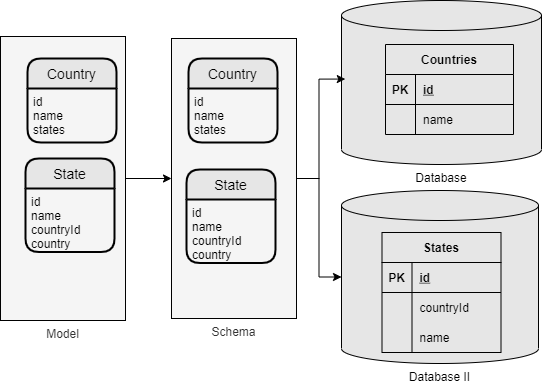
The draw.io diagram schema4.png in FlavioLionelRita/lambdaorm-lab04, before a commit. Source tidied: cells renumbered, new cells last; positions are measured from the earlier drawing's top-left corner, leaving out a move shared by most shapes.
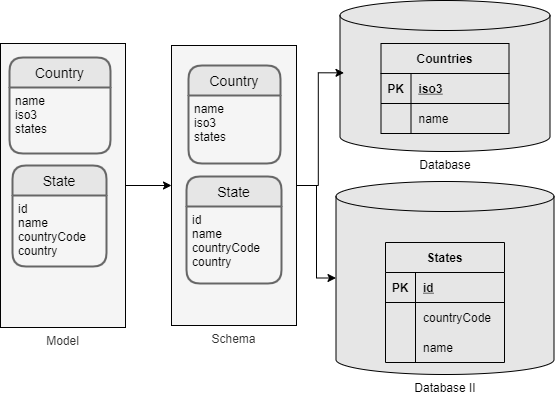
After the change.

Commit message:
pending solve bug with relation country in state

Diff of the diagram source:
```diff
@@ -9,22 +9,22 @@
       <mxGeometry y="36" width="125" height="284" as="geometry" />
     </mxCell>
     <mxCell id="4" value="Database" style="shape=cylinder3;whiteSpace=wrap;html=1;boundedLbl=1;backgroundOutline=1;size=15;fillColor=#E6E6E6;strokeColor=#000000;labelPosition=center;verticalLabelPosition=bottom;align=center;verticalAlign=top;fontColor=#000000;" parent="1" vertex="1">
-      <mxGeometry x="341" width="200" height="164" as="geometry" />
+      <mxGeometry x="339.5" y="-7" width="210" height="151" as="geometry" />
     </mxCell>
-    <mxCell id="5" value="Country" style="swimlane;horizontal=1;startSize=30;rounded=1;fontSize=14;fontStyle=0;strokeWidth=2;shadow=0;dashed=0;align=center;fontColor=#000000;fillColor=#E6E6E6;" parent="1" vertex="1">
-      <mxGeometry x="27" y="58" width="89" height="84" as="geometry" />
+    <mxCell id="5" value="Country" style="swimlane;horizontal=1;startSize=30;rounded=1;fontSize=14;fontStyle=0;strokeWidth=2;shadow=0;dashed=0;align=center;fontColor=#000000;fillColor=#E6E6E6;strokeColor=#666666;" parent="1" vertex="1">
+      <mxGeometry x="9" y="50" width="101" height="96" as="geometry" />
     </mxCell>
-    <mxCell id="6" value="id&#10;name&#10;states" style="align=left;strokeColor=none;fillColor=none;spacingLeft=4;fontSize=12;verticalAlign=top;fontColor=#000000;" parent="5" vertex="1">
-      <mxGeometry y="30" width="89" height="54" as="geometry" />
+    <mxCell id="6" value="name&#10;iso3&#10;states" style="align=left;strokeColor=none;fillColor=none;spacingLeft=4;fontSize=12;verticalAlign=top;fontColor=#000000;" parent="5" vertex="1">
+      <mxGeometry y="30" width="101" height="66" as="geometry" />
     </mxCell>
-    <mxCell id="7" value="State" style="swimlane;horizontal=1;startSize=30;rounded=1;fontSize=14;fontStyle=0;strokeWidth=2;shadow=0;dashed=0;align=center;fontColor=#000000;fillColor=#E6E6E6;" parent="1" vertex="1">
-      <mxGeometry x="25" y="158" width="89" height="93.5" as="geometry" />
+    <mxCell id="7" value="State" style="swimlane;horizontal=1;startSize=30;rounded=1;fontSize=14;fontStyle=0;strokeWidth=2;shadow=0;dashed=0;align=center;fontColor=#000000;fillColor=#E6E6E6;strokeColor=#666666;" parent="1" vertex="1">
+      <mxGeometry x="12" y="158" width="94" height="101" as="geometry" />
     </mxCell>
-    <mxCell id="8" value="id&#10;name&#10;countryId&#10;country" style="align=left;strokeColor=none;fillColor=none;spacingLeft=4;fontSize=12;verticalAlign=top;fontColor=#000000;" parent="7" vertex="1">
-      <mxGeometry y="30" width="89" height="63.5" as="geometry" />
+    <mxCell id="8" value="id&#10;name&#10;countryCode&#10;country" style="align=left;strokeColor=none;fillColor=none;spacingLeft=4;fontSize=12;verticalAlign=top;fontColor=#000000;" parent="7" vertex="1">
+      <mxGeometry y="30" width="94" height="71" as="geometry" />
     </mxCell>
     <mxCell id="9" value="Countries" style="shape=table;startSize=30;rowLines=0;fontStyle=1;align=center;fontColor=#000000;strokeColor=#000000;fillColor=#E6E6E6;" parent="1" vertex="1">
-      <mxGeometry x="385" y="44" width="128" height="90" as="geometry" />
+      <mxGeometry x="380.5" y="36" width="128" height="90" as="geometry" />
     </mxCell>
     <mxCell id="10" style="shape=partialRectangle;fillColor=none;top=0;left=0;bottom=1;right=0;" parent="9" vertex="1">
       <mxGeometry y="30" width="128" height="30" as="geometry" />
@@ -32,7 +32,7 @@
     <mxCell id="11" value="PK" style="shape=partialRectangle;fillColor=none;top=0;left=0;bottom=0;right=0;fontStyle=1;overflow=hidden;fontColor=#000000;" parent="10" vertex="1">
       <mxGeometry width="30" height="30" as="geometry" />
     </mxCell>
-    <mxCell id="12" value="id" style="shape=partialRectangle;fillColor=none;top=0;left=0;bottom=0;right=0;align=left;spacingLeft=6;fontStyle=5;overflow=hidden;fontColor=#000000;" parent="10" vertex="1">
+    <mxCell id="12" value="iso3" style="shape=partialRectangle;fillColor=none;top=0;left=0;bottom=0;right=0;align=left;spacingLeft=6;fontStyle=5;overflow=hidden;fontColor=#000000;" parent="10" vertex="1">
       <mxGeometry x="30" width="98" height="30" as="geometry" />
     </mxCell>
     <mxCell id="13" style="shape=partialRectangle;fillColor=none;top=0;left=0;bottom=0;right=0;" parent="9" vertex="1">
@@ -53,23 +53,23 @@
     <mxCell id="18" value="Schema" style="rounded=0;whiteSpace=wrap;html=1;labelBackgroundColor=none;sketch=0;fillColor=#f5f5f5;fontColor=#333333;strokeColor=#000000;labelPosition=center;verticalLabelPosition=bottom;align=center;verticalAlign=top;" parent="1" vertex="1">
       <mxGeometry x="171" y="38" width="125" height="280" as="geometry" />
     </mxCell>
-    <mxCell id="19" value="Country" style="swimlane;horizontal=1;startSize=30;rounded=1;fontSize=14;fontStyle=0;strokeWidth=2;shadow=0;dashed=0;align=center;fontColor=#000000;fillColor=#E6E6E6;" parent="1" vertex="1">
-      <mxGeometry x="188" y="58" width="89" height="84" as="geometry" />
+    <mxCell id="19" value="Country" style="swimlane;horizontal=1;startSize=30;rounded=1;fontSize=14;fontStyle=0;strokeWidth=2;shadow=0;dashed=0;align=center;fontColor=#000000;fillColor=#E6E6E6;strokeColor=#666666;" parent="1" vertex="1">
+      <mxGeometry x="188" y="58" width="92" height="98" as="geometry" />
     </mxCell>
-    <mxCell id="20" value="id&#10;name&#10;states" style="align=left;strokeColor=none;fillColor=none;spacingLeft=4;fontSize=12;verticalAlign=top;fontColor=#000000;" parent="19" vertex="1">
-      <mxGeometry y="30" width="89" height="54" as="geometry" />
+    <mxCell id="20" value="name&#10;iso3&#10;states" style="align=left;strokeColor=none;fillColor=none;spacingLeft=4;fontSize=12;verticalAlign=top;fontColor=#000000;" parent="19" vertex="1">
+      <mxGeometry y="30" width="92" height="68" as="geometry" />
     </mxCell>
-    <mxCell id="21" value="State" style="swimlane;horizontal=1;startSize=30;rounded=1;fontSize=14;fontStyle=0;strokeWidth=2;shadow=0;dashed=0;align=center;fontColor=#000000;fillColor=#E6E6E6;" parent="1" vertex="1">
-      <mxGeometry x="186" y="169" width="89" height="93.5" as="geometry" />
+    <mxCell id="21" value="State" style="swimlane;horizontal=1;startSize=30;rounded=1;fontSize=14;fontStyle=0;strokeWidth=2;shadow=0;dashed=0;align=center;fontColor=#000000;fillColor=#E6E6E6;strokeColor=#666666;" parent="1" vertex="1">
+      <mxGeometry x="186" y="169" width="95" height="107" as="geometry" />
     </mxCell>
-    <mxCell id="22" value="id&#10;name&#10;countryId&#10;country" style="align=left;strokeColor=none;fillColor=none;spacingLeft=4;fontSize=12;verticalAlign=top;fontColor=#000000;" parent="21" vertex="1">
-      <mxGeometry y="30" width="89" height="63.5" as="geometry" />
+    <mxCell id="22" value="id&#10;name&#10;countryCode&#10;country" style="align=left;strokeColor=none;fillColor=none;spacingLeft=4;fontSize=12;verticalAlign=top;fontColor=#000000;" parent="21" vertex="1">
+      <mxGeometry y="30" width="95" height="77" as="geometry" />
     </mxCell>
     <mxCell id="23" value="Database II" style="shape=cylinder3;whiteSpace=wrap;html=1;boundedLbl=1;backgroundOutline=1;size=15;fillColor=#E6E6E6;strokeColor=#000000;labelPosition=center;verticalLabelPosition=bottom;align=center;verticalAlign=top;fontColor=#000000;" parent="1" vertex="1">
-      <mxGeometry x="341" y="190" width="197" height="173" as="geometry" />
+      <mxGeometry x="335.5" y="174" width="218" height="193" as="geometry" />
     </mxCell>
     <mxCell id="24" value="States" style="shape=table;startSize=30;rowLines=0;fontStyle=1;align=center;fontColor=#000000;strokeColor=#000000;fillColor=#E6E6E6;" parent="1" vertex="1">
-      <mxGeometry x="381.5" y="232" width="119" height="120" as="geometry" />
+      <mxGeometry x="385" y="235" width="119" height="120" as="geometry" />
     </mxCell>
     <mxCell id="25" style="shape=partialRectangle;fillColor=none;top=0;left=0;bottom=1;right=0;" parent="24" vertex="1">
       <mxGeometry y="30" width="119" height="30" as="geometry" />
@@ -86,7 +86,7 @@
     <mxCell id="29" style="shape=partialRectangle;fillColor=none;top=0;left=0;bottom=0;right=0;overflow=hidden;fontColor=#000000;" parent="28" vertex="1">
       <mxGeometry width="30" height="30" as="geometry" />
     </mxCell>
-    <mxCell id="30" value="countryId" style="shape=partialRectangle;fillColor=none;top=0;left=0;bottom=0;right=0;align=left;spacingLeft=6;overflow=hidden;fontColor=#000000;" parent="28" vertex="1">
+    <mxCell id="30" value="countryCode" style="shape=partialRectangle;fillColor=none;top=0;left=0;bottom=0;right=0;align=left;spacingLeft=6;overflow=hidden;fontColor=#000000;" parent="28" vertex="1">
       <mxGeometry x="30" width="89" height="30" as="geometry" />
     </mxCell>
     <mxCell id="31" style="shape=partialRectangle;fillColor=none;top=0;left=0;bottom=0;right=0;" parent="24" vertex="1">
```
